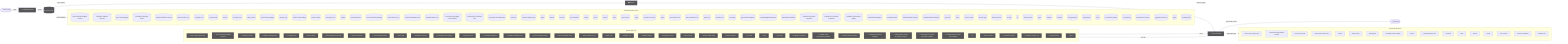
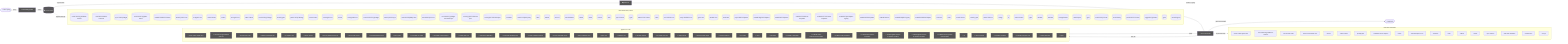
flowchart LR
  UserQ(["👤 User Query"])
  Embed["📐 Embedding Model"]
  VecDB[("📚 Vector Store")]
  Retriever["🔍 Retriever"]
  LLMNode["🧠 LLM / Generator"]
  Output(["✅ Response"])
  UserQ -->|query| Embed
  Embed -->|vector| VecDB
  VecDB -->|top-k chunks| Retriever
  Retriever -->|context + query| LLMNode
  LLMNode -->|generated answer| Output
  subgraph DetectedMemory["Detected memory stores"]
    det_detectedmemory_check_steering_feedback_contract_80134459[("check-steering-feedback-contract")]
    det_detectedmemory_normalize_workflow_contracts_8701f1c8[("normalize-workflow-contracts")]
    det_detectedmemory_sync_codex_preflight_7e7a8dc2[("sync-codex-preflight")]
    det_detectedmemory_test_harness_upgrade_matrix_84113c4e[("test-harness-upgrade-matrix")]
    det_detectedmemory_validate_workflow_contracts_33dc063c[("validate-workflow-contracts")]
    det_detectedmemory_branch_protect_core_a8feb0fd[("branch-protect-core")]
    det_detectedmemory_ci_migrate_core_7005b5af[("ci-migrate-core")]
    det_detectedmemory_context_health_80bb7da9[("context-health")]
    det_detectedmemory_context_ea7792a2[("context")]
    det_detectedmemory_docs_gate_core_eb9b6c18[("docs-gate-core")]
    det_detectedmemory_index_context_de3ed39d[("index-context")]
    det_detectedmemory_local_memory_preflight_dcc36c42[("local-memory-preflight")]
    det_detectedmemory_memory_gate_a577a506[("memory-gate")]
    det_detectedmemory_pattern_scope_siblings_43abe000[("pattern-scope-siblings")]
    det_detectedmemory_review_context_ca6cf81d[("review-context")]
    det_detectedmemory_review_gate_core_4c8001f9[("review-gate-core")]
    det_detectedmemory_search_24193290[("search")]
    det_detectedmemory_tooling_audit_core_328d6a41[("tooling-audit-core")]
    det_detectedmemory_run_local_memory_preflight_36e92808[("run-local-memory-preflight")]
    det_detectedmemory_branch_protect_sync_570adb18[("branch-protect-sync")]
    det_detectedmemory_command_capability_rules_ca3f496a[("command-capability-rules")]
    det_detectedmemory_command_specs_core_1c0ffc99[("command-specs-core")]
    det_detectedmemory_local_memory_preflight_command_spec_9e23f3ce[("local-memory-preflight-command-spec")]
    det_detectedmemory_memory_gate_command_spec_dc9001a9[("memory-gate-command-spec")]
    det_detectedmemory_review_gate_command_spec_3187376a[("review-gate-command-spec")]
    det_detectedmemory_constants_7517017f[("constants")]
    det_detectedmemory_context_compact_policy_3dcaf95d[("context-compact-policy")]
    det_detectedmemory_index_1bc04b52[("index")]
    det_detectedmemory_indexer_70fa78e5[("indexer")]
    det_detectedmemory_init_error_5c7dd49f[("init-error")]
    det_detectedmemory_lexical_fallback_723e2b3e[("lexical-fallback")]
    det_detectedmemory_ollama_76e3c7bf[("ollama")]
    det_detectedmemory_rollout_a4fa034c[("rollout")]
    det_detectedmemory_sources_878a52fc[("sources")]
    det_detectedmemory_store_824d80d7[("store")]
    det_detectedmemory_sync_contract_c79fa191[("sync-contract")]
-     det_detectedmemory_types_3_9675d69b[("types")]
+     det_detectedmemory_types_4_822d0f88[("types")]
    det_detectedmemory_harness_run_context_ac7c77a9[("harness-run-context")]
    det_detectedmemory_index_1_faebc14e[("index")]
    det_detectedmemory_json_schema_core_96d7e328[("json-schema-core")]
    det_detectedmemory_policy_validators_core_714a3fe7[("policy-validators-core")]
    det_detectedmemory_types_core_e405ddca[("types-core")]
    det_detectedmemory_validator_core_4358f8ba[("validator-core")]
    det_detectedmemory_init_modes_c05ceb07[("init-modes")]
    det_detectedmemory_project_brain_templates_7ef51530[("project-brain-templates")]
    det_detectedmemory_scaffold_diagram_templates_dd88e83c[("scaffold-diagram-templates")]
    det_detectedmemory_scaffold_doc_templates_f6152330[("scaffold-doc-templates")]
    det_detectedmemory_scaffold_environment_templates_c1ceba6a[("scaffold-environment-templates")]
    det_detectedmemory_scaffold_root_command_templates_404fed7f[("scaffold-root-command-templates")]
    det_detectedmemory_scaffold_script_template_registry_69312d4e[("scaffold-script-template-registry")]
    det_detectedmemory_scaffold_shell_templates_0ad0f915[("scaffold-shell-templates")]
    det_detectedmemory_scaffold_surfaces_12d6494e[("scaffold-surfaces")]
    det_detectedmemory_scaffold_template_registry_b1cce2aa[("scaffold-template-registry")]
    det_detectedmemory_scaffold_workflow_template_92310587[("scaffold-workflow-template")]
    det_detectedmemory_eval_seed_5699fd3e[("eval-seed")]
    det_detectedmemory_index_4_013aa0e3[("index")]
    det_detectedmemory_review_context_1_e3afed15[("review-context")]
    det_detectedmemory_memory_gate_1_265164ac[("memory-gate")]
    det_detectedmemory_branch_enforcer_acb749cd[("branch-enforcer")]
-     det_detectedmemory_cli_args_1_6144b055[("cli-args")]
-     det_detectedmemory_cli_2_10bc8a77[("cli")]
+     det_detectedmemory_cli_args_2_81c58cf7[("cli-args")]
+     det_detectedmemory_cli_3_9d90d3fe[("cli")]
    det_detectedmemory_metrics_tracker_98cec29c[("metrics-tracker")]
-     det_detectedmemory_types_10_75e5a4a0[("types")]
+     det_detectedmemory_types_11_4be3ee64[("types")]
    det_detectedmemory_validator_4_5180cf23[("validator")]
    det_detectedmemory_classifier_fe1991a9[("classifier")]
    det_detectedmemory_tooling_baseline_50ab2eeb[("tooling-baseline")]
    det_detectedmemory_claim_helpers_20dc8387[("claim-helpers")]
-     det_detectedmemory_types_14_fe7507be[("types")]
+     det_detectedmemory_types_16_0fae1112[("types")]
    det_detectedmemory_local_memory_smoke_1175abfc[("local-memory-smoke")]
    det_detectedmemory_local_memory_0db17ecc[("local-memory")]
    det_detectedmemory_performance_overload_c685bfcf[("performance-overload")]
    det_detectedmemory_suggestion_generator_0956f794[("suggestion-generator")]
-     det_detectedmemory_types_19_eb4ad5f0[("types")]
+     det_detectedmemory_types_22_f3cf4a73[("types")]
    det_detectedmemory_overload_guard_2748c559[("overload-guard")]
  end
  VecDB -. "implemented by" .-> DetectedMemory
  subgraph DetectedLLM["Detected LLM clients"]
    det_detectedllm_check_codex_agent_roles_5bb2e89b["check-codex-agent-roles"]
    det_detectedllm_check_steering_feedback_contract_80134459["check-steering-feedback-contract"]
    det_detectedllm_run_harness_evals_77704768["run-harness-evals"]
    det_detectedllm_check_environment_core_2c16213f["check-environment-core"]
    det_detectedllm_context_ea7792a2["context"]
    det_detectedllm_index_context_de3ed39d["index-context"]
    det_detectedllm_prompt_gate_c5e9d207["prompt-gate"]
    det_detectedllm_remediate_runner_helpers_929fedcc["remediate-runner-helpers"]
    det_detectedllm_search_24193290["search"]
    det_detectedllm_command_specs_core_1c0ffc99["command-specs-core"]
    det_detectedllm_constants_7517017f["constants"]
    det_detectedllm_index_1bc04b52["index"]
    det_detectedllm_indexer_70fa78e5["indexer"]
    det_detectedllm_ollama_76e3c7bf["ollama"]
    det_detectedllm_sync_contract_c79fa191["sync-contract"]
    det_detectedllm_north_star_validators_cfc926ce["north-star-validators"]
    det_detectedllm_sensitive_text_7c11f760["sensitive-text"]
+     det_detectedllm_cli_args_5_09ea29f0["cli-args"]
  end
  LLMNode -. "implemented by" .-> DetectedLLM
  subgraph DetectedTools["Agentic tool calls"]
    det_detectedtools_check_codex_agent_roles_5bb2e89b["🔧 check-codex-agent-roles"]
    det_detectedtools_check_steering_feedback_contract_80134459["🔧 check-steering-feedback-contract"]
    det_detectedtools_run_harness_evals_77704768["🔧 run-harness-evals"]
    det_detectedtools_validate_packaged_skill_5e32c890["🔧 validate-packaged-skill"]
    det_detectedtools_ci_migrate_core_7005b5af["🔧 ci-migrate-core"]
    det_detectedtools_doctor_checks_5a2eb2b9["🔧 doctor-checks"]
    det_detectedtools_doctor_github_tool_checks_a53b0382["🔧 doctor-github-tool-checks"]
    det_detectedtools_doctor_tool_checks_4acac51a["🔧 doctor-tool-checks"]
    det_detectedtools_next_blocked_decisions_4140ad2b["🔧 next-blocked-decisions"]
    det_detectedtools_policy_gate_213f7313["🔧 policy-gate"]
    det_detectedtools_remediate_cli_output_cc165396["🔧 remediate-cli-output"]
    det_detectedtools_remediate_runner_helpers_929fedcc["🔧 remediate-runner-helpers"]
    det_detectedtools_review_gate_core_4c8001f9["🔧 review-gate-core"]
    det_detectedtools_command_capabilities_a4d5c71e["🔧 command-capabilities"]
    det_detectedtools_command_capability_rules_ca3f496a["🔧 command-capability-rules"]
    det_detectedtools_linear_command_actions_e430f4f4["🔧 linear-command-actions"]
    det_detectedtools_linear_command_runner_4a740dfc["🔧 linear-command-runner"]
    det_detectedtools_policy_validators_core_714a3fe7["🔧 policy-validators-core"]
    det_detectedtools_types_core_e405ddca["🔧 types-core"]
    det_detectedtools_validator_core_4358f8ba["🔧 validator-core"]
    det_detectedtools_validator_helpers_7b927667["🔧 validator-helpers"]
    det_detectedtools_he_phase_exit_core_1148895b["🔧 he-phase-exit-core"]
    det_detectedtools_ralph_runtime_73d63c0e["🔧 ralph-runtime"]
    det_detectedtools_observed_skill_usage_ed7d5930["🔧 observed-skill-usage"]
    det_detectedtools_closure_evidence_aaa31467["🔧 closure-evidence"]
    det_detectedtools_pr_creator_dc6b1ea4["🔧 pr-creator"]
    det_detectedtools_client_948fe603["🔧 client"]
    det_detectedtools_init_output_360dce91["🔧 init-output"]
    det_detectedtools_scaffold_ci_templates_2afd6392["🔧 scaffold-ci-templates"]
    det_detectedtools_scaffold_codex_environment_templates_334fbbed["🔧 scaffold-codex-environment-templates"]
    det_detectedtools_scaffold_config_templates_4b80ce53["🔧 scaffold-config-templates"]
    det_detectedtools_scaffold_environment_templates_c1ceba6a["🔧 scaffold-environment-templates"]
    det_detectedtools_scaffold_github_actions_pr_pipeline_renderer_1ee18de5["🔧 scaffold-github-actions-pr-pipeline-renderer"]
    det_detectedtools_scaffold_github_actions_pr_pipeline_template_e2b85f62["🔧 scaffold-github-actions-pr-pipeline-template"]
    det_detectedtools_scaffold_release_private_npm_template_075499f8["🔧 scaffold-release-private-npm-template"]
-     det_detectedtools_cli_2_10bc8a77["🔧 cli"]
+     det_detectedtools_cli_3_9d90d3fe["🔧 cli"]
    det_detectedtools_metrics_tracker_98cec29c["🔧 metrics-tracker"]
    det_detectedtools_normalise_renderer_85f2e563["🔧 normalise-renderer"]
    det_detectedtools_evaluation_engine_core_e054fe49["🔧 evaluation-engine-core"]
    det_detectedtools_tooling_baseline_50ab2eeb["🔧 tooling-baseline"]
-     det_detectedtools_types_21_5756f9dc["🔧 types"]
+     det_detectedtools_types_24_c63dc1a7["🔧 types"]
  end
  LLMNode -->|tool use| DetectedTools
  DetectedTools -->|result| LLMNode
  classDef memNode fill:#555,color:#fff
  class VecDB,Retriever memNode
  classDef llmNode fill:#555,color:#fff
  class LLMNode,Embed llmNode
  classDef toolNode fill:#555,color:#fff
-   class det_detectedtools_check_codex_agent_roles_5bb2e89b,det_detectedtools_check_steering_feedback_contract_80134459,det_detectedtools_run_harness_evals_77704768,det_detectedtools_validate_packaged_skill_5e32c890,det_detectedtools_ci_migrate_core_7005b5af,det_detectedtools_doctor_checks_5a2eb2b9,det_detectedtools_doctor_github_tool_checks_a53b0382,det_detectedtools_doctor_tool_checks_4acac51a,det_detectedtools_next_blocked_decisions_4140ad2b,det_detectedtools_policy_gate_213f7313,det_detectedtools_remediate_cli_output_cc165396,det_detectedtools_remediate_runner_helpers_929fedcc,det_detectedtools_review_gate_core_4c8001f9,det_detectedtools_command_capabilities_a4d5c71e,det_detectedtools_command_capability_rules_ca3f496a,det_detectedtools_linear_command_actions_e430f4f4,det_detectedtools_linear_command_runner_4a740dfc,det_detectedtools_policy_validators_core_714a3fe7,det_detectedtools_types_core_e405ddca,det_detectedtools_validator_core_4358f8ba,det_detectedtools_validator_helpers_7b927667,det_detectedtools_he_phase_exit_core_1148895b,det_detectedtools_ralph_runtime_73d63c0e,det_detectedtools_observed_skill_usage_ed7d5930,det_detectedtools_closure_evidence_aaa31467,det_detectedtools_pr_creator_dc6b1ea4,det_detectedtools_client_948fe603,det_detectedtools_init_output_360dce91,det_detectedtools_scaffold_ci_templates_2afd6392,det_detectedtools_scaffold_codex_environment_templates_334fbbed,det_detectedtools_scaffold_config_templates_4b80ce53,det_detectedtools_scaffold_environment_templates_c1ceba6a,det_detectedtools_scaffold_github_actions_pr_pipeline_renderer_1ee18de5,det_detectedtools_scaffold_github_actions_pr_pipeline_template_e2b85f62,det_detectedtools_scaffold_release_private_npm_template_075499f8,det_detectedtools_cli_2_10bc8a77,det_detectedtools_metrics_tracker_98cec29c,det_detectedtools_normalise_renderer_85f2e563,det_detectedtools_evaluation_engine_core_e054fe49,det_detectedtools_tooling_baseline_50ab2eeb,det_detectedtools_types_21_5756f9dc toolNode
+   class det_detectedtools_check_codex_agent_roles_5bb2e89b,det_detectedtools_check_steering_feedback_contract_80134459,det_detectedtools_run_harness_evals_77704768,det_detectedtools_validate_packaged_skill_5e32c890,det_detectedtools_ci_migrate_core_7005b5af,det_detectedtools_doctor_checks_5a2eb2b9,det_detectedtools_doctor_github_tool_checks_a53b0382,det_detectedtools_doctor_tool_checks_4acac51a,det_detectedtools_next_blocked_decisions_4140ad2b,det_detectedtools_policy_gate_213f7313,det_detectedtools_remediate_cli_output_cc165396,det_detectedtools_remediate_runner_helpers_929fedcc,det_detectedtools_review_gate_core_4c8001f9,det_detectedtools_command_capabilities_a4d5c71e,det_detectedtools_command_capability_rules_ca3f496a,det_detectedtools_linear_command_actions_e430f4f4,det_detectedtools_linear_command_runner_4a740dfc,det_detectedtools_policy_validators_core_714a3fe7,det_detectedtools_types_core_e405ddca,det_detectedtools_validator_core_4358f8ba,det_detectedtools_validator_helpers_7b927667,det_detectedtools_he_phase_exit_core_1148895b,det_detectedtools_ralph_runtime_73d63c0e,det_detectedtools_observed_skill_usage_ed7d5930,det_detectedtools_closure_evidence_aaa31467,det_detectedtools_pr_creator_dc6b1ea4,det_detectedtools_client_948fe603,det_detectedtools_init_output_360dce91,det_detectedtools_scaffold_ci_templates_2afd6392,det_detectedtools_scaffold_codex_environment_templates_334fbbed,det_detectedtools_scaffold_config_templates_4b80ce53,det_detectedtools_scaffold_environment_templates_c1ceba6a,det_detectedtools_scaffold_github_actions_pr_pipeline_renderer_1ee18de5,det_detectedtools_scaffold_github_actions_pr_pipeline_template_e2b85f62,det_detectedtools_scaffold_release_private_npm_template_075499f8,det_detectedtools_cli_3_9d90d3fe,det_detectedtools_metrics_tracker_98cec29c,det_detectedtools_normalise_renderer_85f2e563,det_detectedtools_evaluation_engine_core_e054fe49,det_detectedtools_tooling_baseline_50ab2eeb,det_detectedtools_types_24_c63dc1a7 toolNode
